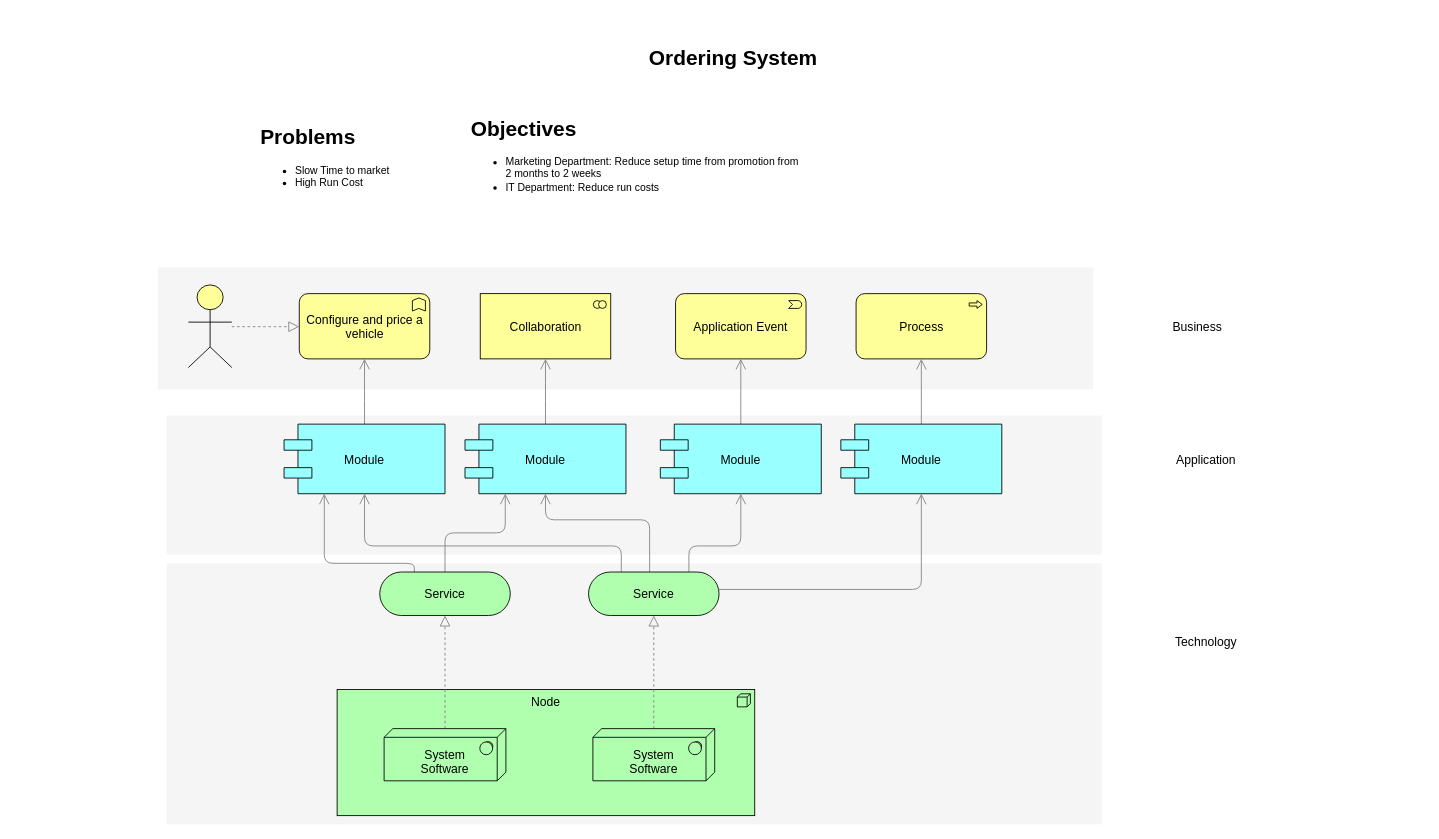
Earlier version of the draw.io diagram first_architect.drawio (architecture-apps/L0-Architecture). Source tidied: cells renumbered, new cells numbered last; positions are measured from the earlier drawing's top-left corner, leaving out a move shared by most shapes. Both pictures are drawn from the tidied source at 87%, with x=0, y=0 at pixel (41, 41).
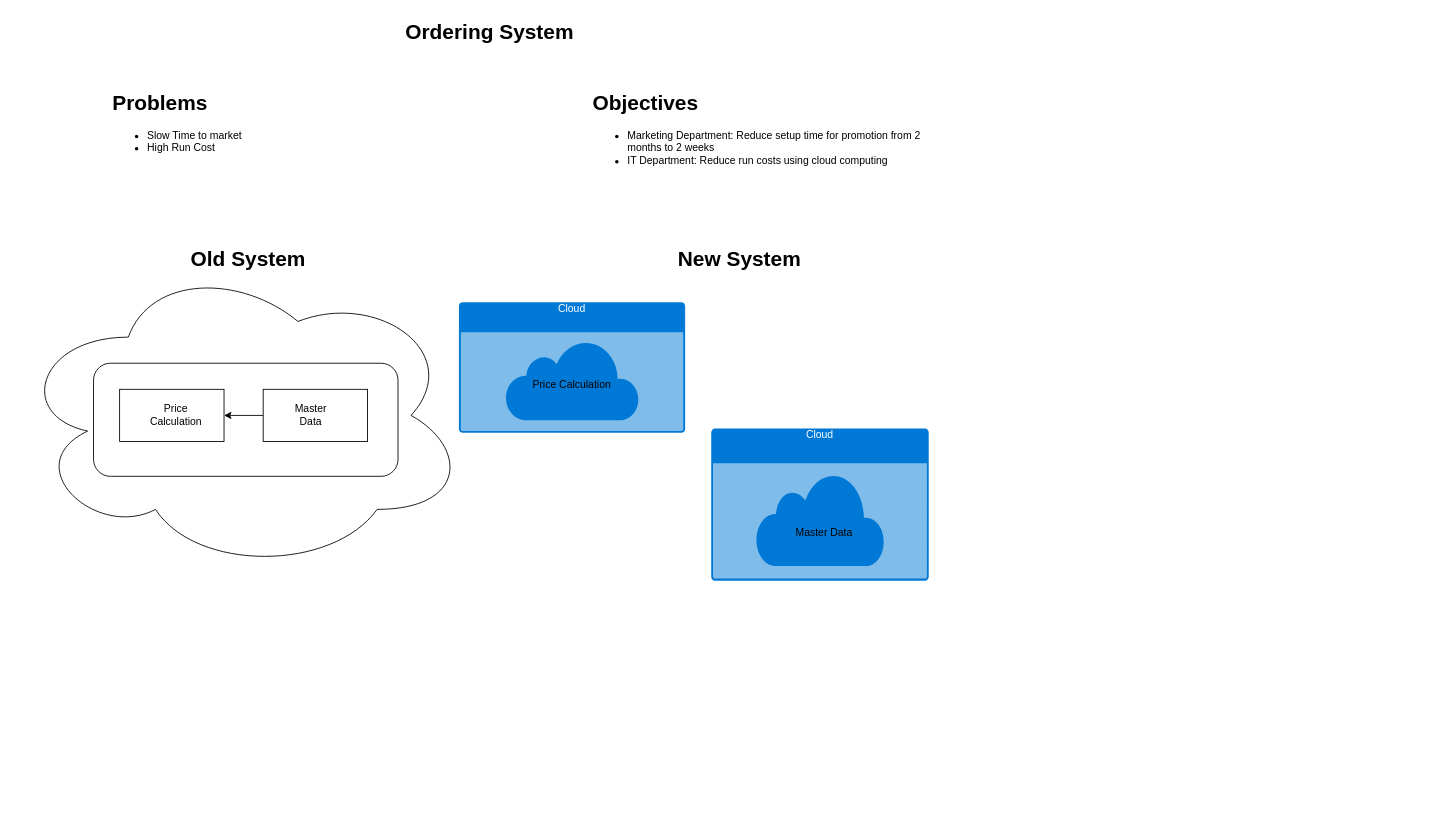
Above is the later version.

What changed in the source:
```diff
@@
-    <mxCell id="2" style="whiteSpace=wrap;html=1;strokeColor=none;strokeWidth=1;fillColor=#f5f5f5;fontSize=14;" parent="1" vertex="1">
-      <mxGeometry x="144" y="600" width="1075" height="300" as="geometry" />
-    </mxCell>
-    <mxCell id="3" style="whiteSpace=wrap;html=1;strokeColor=none;strokeWidth=1;fillColor=#f5f5f5;fontSize=14;" parent="1" vertex="1">
-      <mxGeometry x="144" y="430" width="1075" height="160" as="geometry" />
-    </mxCell>
-    <mxCell id="4" style="whiteSpace=wrap;html=1;strokeColor=none;strokeWidth=1;fillColor=#f5f5f5;fontSize=14;" parent="1" vertex="1">
-      <mxGeometry x="134" y="260" width="1075" height="140" as="geometry" />
-    </mxCell>
-    <mxCell id="5" value="Node" style="html=1;whiteSpace=wrap;fillColor=#AFFFAF;shape=mxgraph.archimate3.application;appType=node;archiType=square;fontSize=14;verticalAlign=top;" parent="1" vertex="1">
-      <mxGeometry x="340" y="745" width="480" height="145" as="geometry" />
-    </mxCell>
-    <mxCell id="6" style="edgeStyle=elbowEdgeStyle;rounded=1;elbow=vertical;html=1;startSize=10;endArrow=block;endFill=0;endSize=10;jettySize=auto;strokeColor=#808080;fontSize=14;dashed=1;" parent="1" edge="1" source="7" target="12">
-      <mxGeometry relative="1" as="geometry" />
-    </mxCell>
-    <mxCell id="7" value="&lt;div&gt;&lt;br&gt;&lt;/div&gt;System&lt;div&gt;Software&lt;/div&gt;" style="html=1;whiteSpace=wrap;fillColor=#AFFFAF;shape=mxgraph.archimate3.tech;techType=sysSw;fontSize=14;" parent="1" vertex="1">
-      <mxGeometry x="394" y="790" width="140" height="60" as="geometry" />
-    </mxCell>
-    <mxCell id="8" style="edgeStyle=elbowEdgeStyle;rounded=1;elbow=vertical;html=1;startSize=10;endArrow=block;endFill=0;endSize=10;jettySize=auto;strokeColor=#808080;fontSize=14;dashed=1;" parent="1" edge="1" source="9" target="17">
-      <mxGeometry relative="1" as="geometry" />
-    </mxCell>
-    <mxCell id="9" value="&lt;div&gt;&lt;br&gt;&lt;/div&gt;&lt;div&gt;&lt;span&gt;System&lt;/span&gt;&lt;div&gt;Software&lt;/div&gt;&lt;/div&gt;" style="html=1;whiteSpace=wrap;fillColor=#AFFFAF;shape=mxgraph.archimate3.tech;techType=sysSw;fontSize=14;" parent="1" vertex="1">
-      <mxGeometry x="634" y="790" width="140" height="60" as="geometry" />
-    </mxCell>
-    <mxCell id="10" style="edgeStyle=elbowEdgeStyle;rounded=1;elbow=vertical;html=1;startSize=10;endArrow=open;endFill=0;endSize=10;jettySize=auto;strokeColor=#808080;fontSize=14;entryX=0.25;entryY=1;" parent="1" edge="1" source="12" target="21">
-      <mxGeometry relative="1" as="geometry" />
-    </mxCell>
-    <mxCell id="11" style="edgeStyle=elbowEdgeStyle;rounded=1;elbow=vertical;html=1;startSize=10;endArrow=open;endFill=0;endSize=10;jettySize=auto;strokeColor=#808080;fontSize=14;entryX=0.25;entryY=1;exitX=0.265;exitY=0.007;exitPerimeter=0;" parent="1" edge="1" source="12" target="19">
-      <mxGeometry relative="1" as="geometry">
-        <Array as="points">
-          <mxPoint x="372" y="600" />
-        </Array>
-      </mxGeometry>
-    </mxCell>
-    <mxCell id="12" value="Service" style="html=1;whiteSpace=wrap;fillColor=#AFFFAF;shape=mxgraph.archimate3.service;fontSize=14;" parent="1" vertex="1">
-      <mxGeometry x="389" y="610" width="150" height="50" as="geometry" />
-    </mxCell>
-    <mxCell id="13" style="edgeStyle=elbowEdgeStyle;rounded=1;elbow=vertical;html=1;startSize=10;endArrow=open;endFill=0;endSize=10;jettySize=auto;strokeColor=#808080;fontSize=14;" parent="1" edge="1" source="17" target="25">
-      <mxGeometry relative="1" as="geometry">
-        <Array as="points">
-          <mxPoint x="859" y="630" />
-        </Array>
-      </mxGeometry>
-    </mxCell>
-    <mxCell id="14" style="edgeStyle=elbowEdgeStyle;rounded=1;elbow=vertical;html=1;startSize=10;endArrow=open;endFill=0;endSize=10;jettySize=auto;strokeColor=#808080;fontSize=14;entryX=0.5;entryY=1;exitX=0.769;exitY=0.025;exitPerimeter=0;" parent="1" edge="1" source="17" target="23">
-      <mxGeometry relative="1" as="geometry">
-        <Array as="points">
-          <mxPoint x="759" y="580" />
-        </Array>
-      </mxGeometry>
-    </mxCell>
-    <mxCell id="15" style="edgeStyle=elbowEdgeStyle;rounded=1;elbow=vertical;html=1;startSize=10;endArrow=open;endFill=0;endSize=10;jettySize=auto;strokeColor=#808080;fontSize=14;entryX=0.5;entryY=1;exitX=0.468;exitY=0.025;exitPerimeter=0;" parent="1" edge="1" source="17" target="21">
-      <mxGeometry relative="1" as="geometry">
-        <Array as="points">
-          <mxPoint x="649" y="550" />
-        </Array>
-      </mxGeometry>
-    </mxCell>
-    <mxCell id="16" style="edgeStyle=elbowEdgeStyle;rounded=1;elbow=vertical;html=1;startSize=10;endArrow=open;endFill=0;endSize=10;jettySize=auto;strokeColor=#808080;fontSize=14;exitX=0.251;exitY=0.002;exitPerimeter=0;" parent="1" edge="1" source="17" target="19">
-      <mxGeometry relative="1" as="geometry">
-        <Array as="points">
-          <mxPoint x="539" y="580" />
-        </Array>
-      </mxGeometry>
-    </mxCell>
-    <mxCell id="17" value="Service" style="html=1;whiteSpace=wrap;fillColor=#AFFFAF;shape=mxgraph.archimate3.service;fontSize=14;" parent="1" vertex="1">
-      <mxGeometry x="629" y="610" width="150" height="50" as="geometry" />
-    </mxCell>
-    <mxCell id="18" style="edgeStyle=elbowEdgeStyle;rounded=1;elbow=vertical;html=1;startSize=10;endArrow=open;endFill=0;endSize=10;jettySize=auto;strokeColor=#808080;fontSize=14;" parent="1" edge="1" source="19" target="26">
-      <mxGeometry relative="1" as="geometry" />
-    </mxCell>
-    <mxCell id="19" value="Module" style="shape=component;align=center;fillColor=#99ffff;gradientColor=none;fontSize=14;" parent="1" vertex="1">
-      <mxGeometry x="279" y="440" width="185" height="80" as="geometry" />
-    </mxCell>
-    <mxCell id="20" style="edgeStyle=elbowEdgeStyle;rounded=1;elbow=vertical;html=1;startSize=10;endArrow=open;endFill=0;endSize=10;jettySize=auto;strokeColor=#808080;fontSize=14;" parent="1" edge="1" source="21" target="27">
-      <mxGeometry relative="1" as="geometry" />
-    </mxCell>
-    <mxCell id="21" value="Module" style="shape=component;align=center;fillColor=#99ffff;gradientColor=none;fontSize=14;" parent="1" vertex="1">
-      <mxGeometry x="487" y="440" width="185" height="80" as="geometry" />
-    </mxCell>
-    <mxCell id="22" style="edgeStyle=elbowEdgeStyle;rounded=1;elbow=vertical;html=1;startSize=10;endArrow=open;endFill=0;endSize=10;jettySize=auto;strokeColor=#808080;fontSize=14;" parent="1" edge="1" source="23" target="28">
-      <mxGeometry relative="1" as="geometry" />
-    </mxCell>
-    <mxCell id="23" value="Module" style="shape=component;align=center;fillColor=#99ffff;gradientColor=none;fontSize=14;" parent="1" vertex="1">
-      <mxGeometry x="711.5" y="440" width="185" height="80" as="geometry" />
-    </mxCell>
-    <mxCell id="24" style="edgeStyle=elbowEdgeStyle;rounded=1;elbow=vertical;html=1;startSize=10;endArrow=open;endFill=0;endSize=10;jettySize=auto;strokeColor=#808080;fontSize=14;" parent="1" edge="1" source="25" target="29">
-      <mxGeometry relative="1" as="geometry" />
-    </mxCell>
-    <mxCell id="25" value="Module" style="shape=component;align=center;fillColor=#99ffff;gradientColor=none;fontSize=14;" parent="1" vertex="1">
-      <mxGeometry x="919" y="440" width="185" height="80" as="geometry" />
-    </mxCell>
-    <mxCell id="26" value="Configure and price a vehicle" style="html=1;whiteSpace=wrap;fillColor=#ffff99;shape=mxgraph.archimate3.application;appType=func;archiType=rounded;fontSize=14;" parent="1" vertex="1">
-      <mxGeometry x="296.5" y="290" width="150" height="75" as="geometry" />
-    </mxCell>
-    <mxCell id="27" value="Collaboration" style="html=1;whiteSpace=wrap;fillColor=#ffff99;shape=mxgraph.archimate3.application;appType=collab;archiType=square;fontSize=14;" parent="1" vertex="1">
-      <mxGeometry x="504.5" y="290" width="150" height="75" as="geometry" />
-    </mxCell>
-    <mxCell id="28" value="Application Event" style="html=1;whiteSpace=wrap;fillColor=#ffff99;shape=mxgraph.archimate3.application;appType=event;archiType=rounded;fontSize=14;" parent="1" vertex="1">
-      <mxGeometry x="729" y="290" width="150" height="75" as="geometry" />
-    </mxCell>
-    <mxCell id="29" value="Process" style="html=1;whiteSpace=wrap;fillColor=#ffff99;shape=mxgraph.archimate3.application;appType=proc;archiType=rounded;fontSize=14;" parent="1" vertex="1">
-      <mxGeometry x="936.5" y="290" width="150" height="75" as="geometry" />
-    </mxCell>
-    <mxCell id="30" value="Technology" style="text;html=1;strokeColor=none;fillColor=none;align=center;verticalAlign=middle;whiteSpace=wrap;fontSize=14;" parent="1" vertex="1">
-      <mxGeometry x="1219" y="681" width="240" height="20" as="geometry" />
-    </mxCell>
-    <mxCell id="31" value="Application" style="text;html=1;strokeColor=none;fillColor=none;align=center;verticalAlign=middle;whiteSpace=wrap;fontSize=14;" parent="1" vertex="1">
-      <mxGeometry x="1219" y="471" width="240" height="20" as="geometry" />
-    </mxCell>
-    <mxCell id="32" value="Business" style="text;html=1;strokeColor=none;fillColor=none;align=center;verticalAlign=middle;whiteSpace=wrap;fontSize=14;" parent="1" vertex="1">
-      <mxGeometry x="1209" y="319" width="240" height="20" as="geometry" />
-    </mxCell>
-    <mxCell id="33" style="edgeStyle=elbowEdgeStyle;rounded=1;elbow=vertical;html=1;dashed=1;startSize=10;endArrow=block;endFill=0;endSize=10;jettySize=auto;strokeColor=#808080;fontSize=14;" parent="1" edge="1" source="34" target="26">
-      <mxGeometry relative="1" as="geometry" />
-    </mxCell>
-    <mxCell id="34" style="html=1;whiteSpace=wrap;fillColor=#ffff99;shape=mxgraph.archimate3.actor;fontSize=14;" parent="1" vertex="1">
-      <mxGeometry x="169" y="280" width="50" height="95" as="geometry" />
-    </mxCell>
     <mxCell id="35" value="Ordering System" style="text;strokeColor=none;fillColor=none;html=1;fontSize=24;fontStyle=1;verticalAlign=middle;align=center;" parent="1" vertex="1">
-      <mxGeometry width="1590" height="40" as="geometry" />
+      <mxGeometry x="320" y="-30" width="390" height="40" as="geometry" />
     </mxCell>
     <mxCell id="36" value="&lt;h1 style=&quot;margin-top: 0px;&quot;&gt;Problems&lt;/h1&gt;&lt;p&gt;&lt;/p&gt;&lt;ul&gt;&lt;li&gt;Slow Time to market&lt;/li&gt;&lt;li&gt;High Run Cost&lt;/li&gt;&lt;/ul&gt;&lt;p&gt;&lt;/p&gt;" style="text;html=1;whiteSpace=wrap;overflow=hidden;rounded=0;" parent="1" vertex="1">
-      <mxGeometry x="250" y="90" width="180" height="100" as="geometry" />
+      <mxGeometry x="80" y="50" width="180" height="100" as="geometry" />
     </mxCell>
-    <mxCell id="37" value="&lt;h1 style=&quot;margin-top: 0px;&quot;&gt;Objectives&lt;/h1&gt;&lt;p&gt;&lt;/p&gt;&lt;ul&gt;&lt;li&gt;Marketing Department: Reduce setup time from promotion from 2 months to 2 weeks&lt;/li&gt;&lt;li&gt;IT Department: Reduce run costs&lt;/li&gt;&lt;/ul&gt;&lt;p&gt;&lt;/p&gt;" style="text;html=1;whiteSpace=wrap;overflow=hidden;rounded=0;" parent="1" vertex="1">
-      <mxGeometry x="492" y="80" width="388" height="100" as="geometry" />
+    <mxCell id="37" value="&lt;h1 style=&quot;margin-top: 0px;&quot;&gt;Objectives&lt;/h1&gt;&lt;p&gt;&lt;/p&gt;&lt;ul&gt;&lt;li&gt;Marketing Department: Reduce setup time for promotion from 2 months to 2 weeks&lt;/li&gt;&lt;li&gt;IT Department: Reduce run costs using cloud computing&lt;/li&gt;&lt;/ul&gt;&lt;p&gt;&lt;/p&gt;" style="text;html=1;whiteSpace=wrap;overflow=hidden;rounded=0;" parent="1" vertex="1">
+      <mxGeometry x="632" y="50" width="388" height="100" as="geometry" />
     </mxCell>
+    <mxCell id="38" style="ellipse;shape=cloud;whiteSpace=wrap;html=1;" parent="1" vertex="1">
+      <mxGeometry x="-30" y="250" width="520" height="360" as="geometry" />
+    </mxCell>
+    <mxCell id="39" style="rounded=1;whiteSpace=wrap;html=1;" parent="1" vertex="1">
+      <mxGeometry x="60" y="370" width="350" height="130" as="geometry" />
+    </mxCell>
+    <mxCell id="40" style="rounded=0;whiteSpace=wrap;html=1;" parent="1" vertex="1">
+      <mxGeometry x="90" y="400" width="120" height="60" as="geometry" />
+    </mxCell>
+    <mxCell id="41" style="edgeStyle=orthogonalEdgeStyle;rounded=0;jettySize=auto;html=1;exitX=0;exitY=0.5;exitDx=0;exitDy=0;entryX=1;entryY=0.5;entryDx=0;entryDy=0;" parent="1" edge="1" source="42" target="40">
+      <mxGeometry relative="1" as="geometry" />
+    </mxCell>
+    <mxCell id="42" style="rounded=0;whiteSpace=wrap;html=1;" parent="1" vertex="1">
+      <mxGeometry x="255" y="400" width="120" height="60" as="geometry" />
+    </mxCell>
+    <mxCell id="43" value="Price Calculation" style="text;html=1;align=center;verticalAlign=middle;whiteSpace=wrap;rounded=0;" parent="1" vertex="1">
+      <mxGeometry x="110" y="415" width="90" height="30" as="geometry" />
+    </mxCell>
+    <mxCell id="44" value="Master Data" style="text;html=1;align=center;verticalAlign=middle;whiteSpace=wrap;rounded=0;" parent="1" vertex="1">
+      <mxGeometry x="280" y="415" width="60" height="30" as="geometry" />
+    </mxCell>
+    <mxCell id="45" value="&lt;h1 style=&quot;margin-top: 0px;&quot;&gt;Old System&lt;/h1&gt;" style="text;html=1;whiteSpace=wrap;overflow=hidden;rounded=0;" parent="1" vertex="1">
+      <mxGeometry x="170" y="230" width="180" height="40" as="geometry" />
+    </mxCell>
+    <mxCell id="46" value="Cloud" style="html=1;whiteSpace=wrap;strokeColor=none;fillColor=#0079D6;labelPosition=center;verticalLabelPosition=middle;verticalAlign=top;align=center;fontSize=12;spacingTop=-6;fontColor=#FFFFFF;sketch=0;shape=mxgraph.sitemap.cloud;" parent="1" vertex="1">
+      <mxGeometry x="480" y="300" width="260" height="150" as="geometry" />
+    </mxCell>
+    <mxCell id="47" value="Cloud" style="html=1;whiteSpace=wrap;strokeColor=none;fillColor=#0079D6;labelPosition=center;verticalLabelPosition=middle;verticalAlign=top;align=center;fontSize=12;spacingTop=-6;fontColor=#FFFFFF;sketch=0;shape=mxgraph.sitemap.cloud;" parent="1" vertex="1">
+      <mxGeometry x="770" y="445" width="250" height="175" as="geometry" />
+    </mxCell>
+    <mxCell id="48" value="Price Calculation" style="text;html=1;align=center;verticalAlign=middle;whiteSpace=wrap;rounded=0;" parent="1" vertex="1">
+      <mxGeometry x="560" y="380" width="100" height="30" as="geometry" />
+    </mxCell>
+    <mxCell id="49" value="Master Data" style="text;html=1;align=center;verticalAlign=middle;whiteSpace=wrap;rounded=0;" parent="1" vertex="1">
+      <mxGeometry x="850" y="550" width="100" height="30" as="geometry" />
+    </mxCell>
+    <mxCell id="50" value="&lt;h1 style=&quot;margin-top: 0px;&quot;&gt;New System&lt;/h1&gt;" style="text;html=1;whiteSpace=wrap;overflow=hidden;rounded=0;" parent="1" vertex="1">
+      <mxGeometry x="730" y="230" width="180" height="40" as="geometry" />
+    </mxCell>
```
